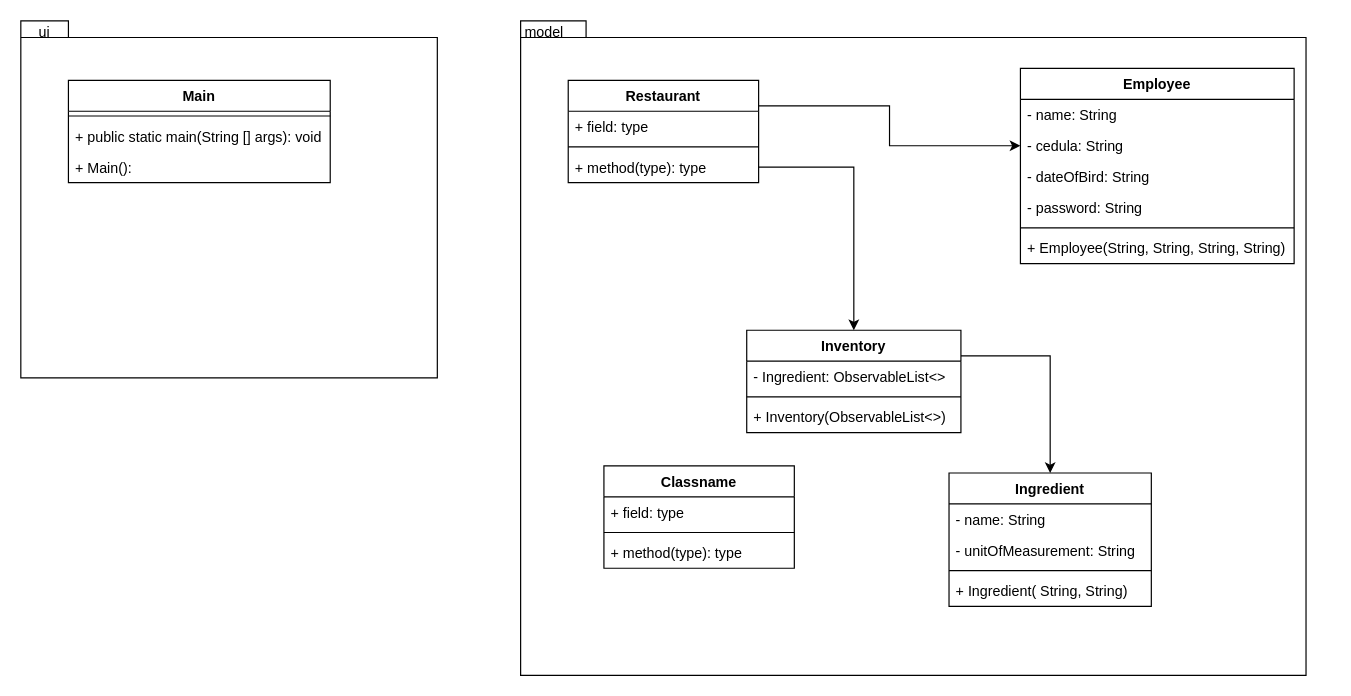
Alexander940/firstIntegrativeTask keeps this draw.io diagram as docs/classDiagram.drawio. Above is the earlier version. Source tidied: cells renumbered, new cells numbered last; positions are measured from the earlier drawing's top-left corner, leaving out a move shared by most shapes. Both pictures are drawn from the tidied source at 119%, with x=0, y=0 at pixel (20, 20).
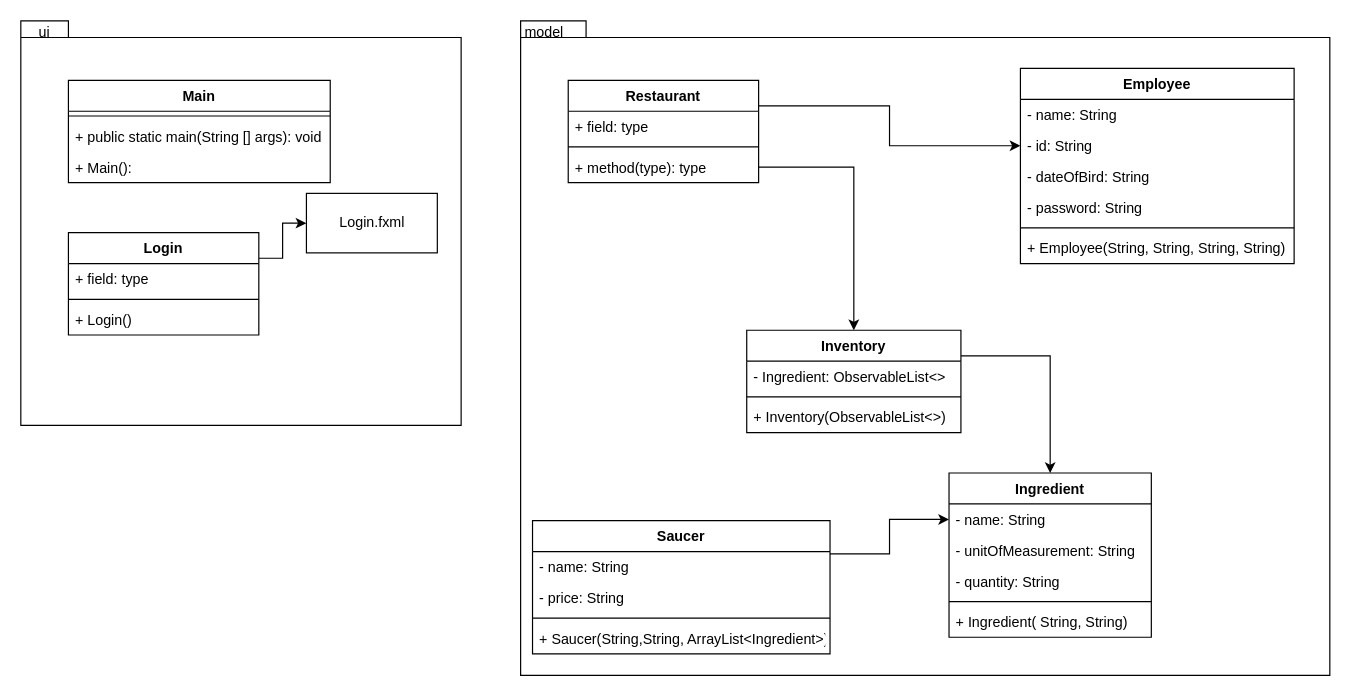
Above is the later version.

Unchanged cells that the change refers to:
```xml
<mxCell id="15" value="Employee" style="swimlane;fontStyle=1;align=center;verticalAlign=top;horizontal=1;startSize=26;" parent="1" vertex="1">
  <mxGeometry x="840" y="40" width="230" height="164" as="geometry" />
</mxCell>
<mxCell id="23" value="- name: String" style="text;strokeColor=none;fillColor=none;align=left;verticalAlign=top;spacingLeft=4;spacingRight=4;overflow=hidden;points=[[0,0.5],[1,0.5]];portConstraint=eastwest;" parent="22" vertex="1">
  <mxGeometry y="26" width="170" height="26" as="geometry" />
</mxCell>
```

Diff of the diagram source:
```diff
@@
     <mxCell id="2" style="shape=folder;fontStyle=1;spacingTop=10;tabWidth=40;tabHeight=14;tabPosition=left;html=1;" parent="1" vertex="1">
-      <mxGeometry width="350" height="300" as="geometry" />
+      <mxGeometry width="370" height="340" as="geometry" />
     </mxCell>
     <mxCell id="3" style="shape=folder;fontStyle=1;spacingTop=10;tabWidth=40;tabHeight=14;tabPosition=left;html=1;" parent="1" vertex="1">
-      <mxGeometry x="420" width="660" height="550" as="geometry" />
+      <mxGeometry x="420" width="680" height="550" as="geometry" />
     </mxCell>
@@
-    <mxCell id="17" value="- cedula: String" style="text;strokeColor=none;fillColor=none;align=left;verticalAlign=top;spacingLeft=4;spacingRight=4;overflow=hidden;points=[[0,0.5],[1,0.5]];portConstraint=eastwest;" parent="15" vertex="1">
+    <mxCell id="17" value="- id: String" style="text;strokeColor=none;fillColor=none;align=left;verticalAlign=top;spacingLeft=4;spacingRight=4;overflow=hidden;points=[[0,0.5],[1,0.5]];portConstraint=eastwest;" parent="15" vertex="1">
       <mxGeometry y="52" width="230" height="26" as="geometry" />
     </mxCell>
@@
     <mxCell id="22" value="Ingredient" style="swimlane;fontStyle=1;align=center;verticalAlign=top;horizontal=1;startSize=26;" parent="1" vertex="1">
-      <mxGeometry x="780" y="380" width="170" height="112" as="geometry" />
+      <mxGeometry x="780" y="380" width="170" height="138" as="geometry" />
     </mxCell>
@@
+    <mxCell id="37" value="- quantity: String" style="text;strokeColor=none;fillColor=none;align=left;verticalAlign=top;spacingLeft=4;spacingRight=4;overflow=hidden;" parent="22" vertex="1">
+      <mxGeometry y="78" width="170" height="26" as="geometry" />
+    </mxCell>
     <mxCell id="25" style="line;strokeWidth=1;fillColor=none;align=left;verticalAlign=middle;spacingTop=-1;spacingLeft=3;spacingRight=3;labelPosition=right;" parent="22" vertex="1">
-      <mxGeometry y="78" width="170" height="8" as="geometry" />
+      <mxGeometry y="104" width="170" height="8" as="geometry" />
     </mxCell>
     <mxCell id="26" value="+ Ingredient( String, String)" style="text;strokeColor=none;fillColor=none;align=left;verticalAlign=top;spacingLeft=4;spacingRight=4;overflow=hidden;" parent="22" vertex="1">
-      <mxGeometry y="86" width="170" height="26" as="geometry" />
+      <mxGeometry y="112" width="170" height="26" as="geometry" />
     </mxCell>
@@
+    <mxCell id="38" style="edgeStyle=orthogonalEdgeStyle;rounded=0;jettySize=auto;html=1;exitX=1;exitY=0.25;exitDx=0;exitDy=0;entryX=0;entryY=0.5;entryDx=0;entryDy=0;" parent="1" edge="1" source="33" target="23">
+      <mxGeometry relative="1" as="geometry" />
+    </mxCell>
-    <mxCell id="33" value="Classname" style="swimlane;fontStyle=1;align=center;verticalAlign=top;horizontal=1;startSize=26;" parent="1" vertex="1">
-      <mxGeometry x="490" y="374" width="160" height="86" as="geometry" />
+    <mxCell id="33" value="Saucer" style="swimlane;fontStyle=1;align=center;verticalAlign=top;horizontal=1;startSize=26;" parent="1" vertex="1">
+      <mxGeometry x="430" y="420" width="250" height="112" as="geometry" />
     </mxCell>
-    <mxCell id="34" value="+ field: type" style="text;strokeColor=none;fillColor=none;align=left;verticalAlign=top;spacingLeft=4;spacingRight=4;overflow=hidden;" parent="33" vertex="1">
-      <mxGeometry y="26" width="160" height="26" as="geometry" />
+    <mxCell id="34" value="- name: String" style="text;strokeColor=none;fillColor=none;align=left;verticalAlign=top;spacingLeft=4;spacingRight=4;overflow=hidden;" parent="33" vertex="1">
+      <mxGeometry y="26" width="250" height="26" as="geometry" />
     </mxCell>
+    <mxCell id="39" value="- price: String" style="text;strokeColor=none;fillColor=none;align=left;verticalAlign=top;spacingLeft=4;spacingRight=4;overflow=hidden;" parent="33" vertex="1">
+      <mxGeometry y="52" width="250" height="26" as="geometry" />
+    </mxCell>
     <mxCell id="35" style="line;strokeWidth=1;fillColor=none;align=left;verticalAlign=middle;spacingTop=-1;spacingLeft=3;spacingRight=3;labelPosition=right;" parent="33" vertex="1">
-      <mxGeometry y="52" width="160" height="8" as="geometry" />
+      <mxGeometry y="78" width="250" height="8" as="geometry" />
     </mxCell>
-    <mxCell id="36" value="+ method(type): type" style="text;strokeColor=none;fillColor=none;align=left;verticalAlign=top;spacingLeft=4;spacingRight=4;overflow=hidden;" parent="33" vertex="1">
-      <mxGeometry y="60" width="160" height="26" as="geometry" />
+    <mxCell id="36" value="+ Saucer(String,String, ArrayList&lt;Ingredient&gt;)" style="text;strokeColor=none;fillColor=none;align=left;verticalAlign=top;spacingLeft=4;spacingRight=4;overflow=hidden;" parent="33" vertex="1">
+      <mxGeometry y="86" width="250" height="26" as="geometry" />
     </mxCell>
+    <mxCell id="40" value="Login.fxml" style="html=1;" parent="1" vertex="1">
+      <mxGeometry x="240" y="145" width="110" height="50" as="geometry" />
+    </mxCell>
+    <mxCell id="41" style="edgeStyle=orthogonalEdgeStyle;rounded=0;jettySize=auto;html=1;exitX=1;exitY=0.25;exitDx=0;exitDy=0;entryX=0;entryY=0.5;entryDx=0;entryDy=0;" parent="1" edge="1" source="42" target="40">
+      <mxGeometry relative="1" as="geometry" />
+    </mxCell>
+    <mxCell id="42" value="Login" style="swimlane;fontStyle=1;align=center;verticalAlign=top;horizontal=1;startSize=26;" parent="1" vertex="1">
+      <mxGeometry x="40" y="178" width="160" height="86" as="geometry" />
+    </mxCell>
+    <mxCell id="43" value="+ field: type" style="text;strokeColor=none;fillColor=none;align=left;verticalAlign=top;spacingLeft=4;spacingRight=4;overflow=hidden;" parent="42" vertex="1">
+      <mxGeometry y="26" width="160" height="26" as="geometry" />
+    </mxCell>
+    <mxCell id="44" style="line;strokeWidth=1;fillColor=none;align=left;verticalAlign=middle;spacingTop=-1;spacingLeft=3;spacingRight=3;labelPosition=right;" parent="42" vertex="1">
+      <mxGeometry y="52" width="160" height="8" as="geometry" />
+    </mxCell>
+    <mxCell id="45" value="+ Login()" style="text;strokeColor=none;fillColor=none;align=left;verticalAlign=top;spacingLeft=4;spacingRight=4;overflow=hidden;" parent="42" vertex="1">
+      <mxGeometry y="60" width="160" height="26" as="geometry" />
+    </mxCell>
```
